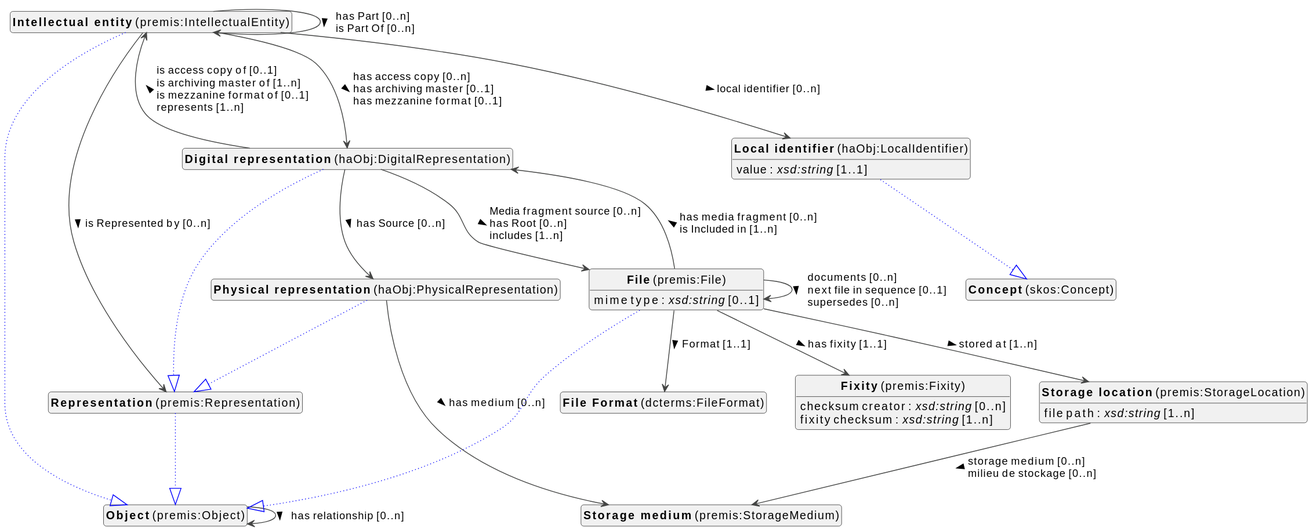
Above: docs/metadata/knowledge-graph/0.0.1/object/en/object-diagram.svg in viaacode/documentation-jekyll (PlantUML), before the change.
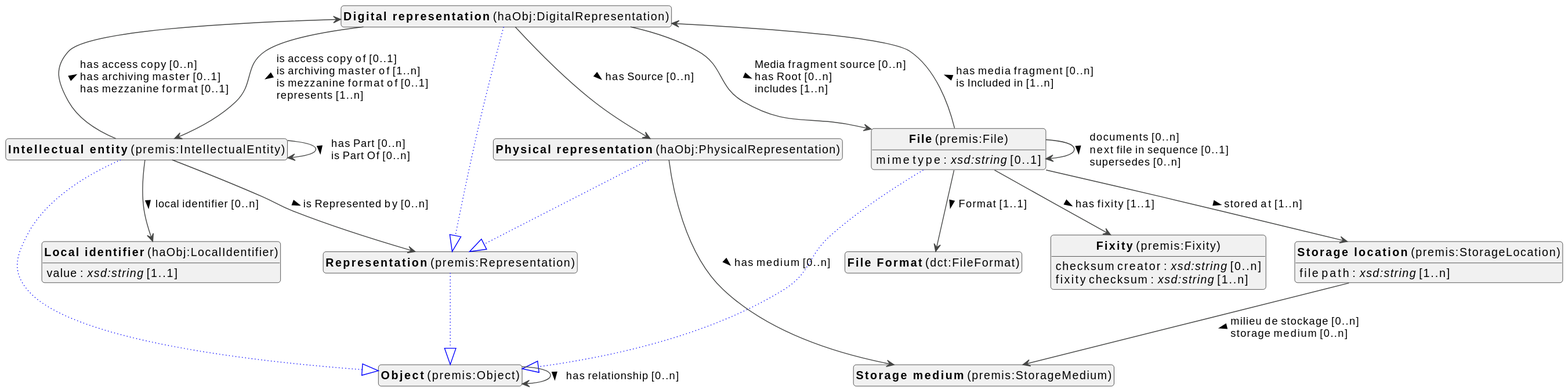
The same diagram one commit later.

What changed in the source:
```diff
@@ -10,37 +10,22 @@
 top to bottom direction
 
 
-class "<b>Object</b> (premis:Object)" as premis_Object [[#premis%3AObject]]
-class "<b>Intellectual entity</b> (premis:IntellectualEntity)" as premis_IntellectualEntity [[#premis%3AIntellectualEntity]]
-class "<b>Object</b> (premis:Object)" as premis_Object [[#premis%3AObject]]
-class "<b>Physical representation</b> (haObj:PhysicalRepresentation)" as haObj_PhysicalRepresentation [[#haObj%3APhysicalRepresentation]]
-class "<b>Representation</b> (premis:Representation)" as premis_Representation [[#premis%3ARepresentation]]
 class "<b>Digital representation</b> (haObj:DigitalRepresentation)" as haObj_DigitalRepresentation [[#haObj%3ADigitalRepresentation]]
 class "<b>Representation</b> (premis:Representation)" as premis_Representation [[#premis%3ARepresentation]]
 class "<b>File</b> (premis:File)" as premis_File [[#premis%3AFile]]
 class "<b>Object</b> (premis:Object)" as premis_Object [[#premis%3AObject]]
+class "<b>File Format</b> (dct:FileFormat)" as dct_FileFormat [[#dct%3AFileFormat]]
 class "<b>Fixity</b> (premis:Fixity)" as premis_Fixity [[#premis%3AFixity]]
-class "<b>Storage location</b> (premis:StorageLocation)" as premis_StorageLocation [[#premis%3AStorageLocation]]
+class "<b>Intellectual entity</b> (premis:IntellectualEntity)" as premis_IntellectualEntity [[#premis%3AIntellectualEntity]]
+class "<b>Object</b> (premis:Object)" as premis_Object [[#premis%3AObject]]
 class "<b>Local identifier</b> (haObj:LocalIdentifier)" as haObj_LocalIdentifier [[#haObj%3ALocalIdentifier]]
-class "<b>Concept</b> (skos:Concept)" as skos_Concept [[#skos%3AConcept]]
-class "<b>Storage medium</b> (premis:StorageMedium)" as premis_StorageMedium [[#premis%3AStorageMedium]]
-class "<b>File Format</b> (dcterms:FileFormat)" as dcterms_FileFormat [[#dcterms%3AFileFormat]]
+class "<b>Object</b> (premis:Object)" as premis_Object [[#premis%3AObject]]
+class "<b>Physical representation</b> (haObj:PhysicalRepresentation)" as haObj_PhysicalRepresentation [[#haObj%3APhysicalRepresentation]]
+class "<b>Representation</b> (premis:Representation)" as premis_Representation [[#premis%3ARepresentation]]
 class "<b>Representation</b> (premis:Representation)" as premis_Representation [[#premis%3ARepresentation]]
 class "<b>Object</b> (premis:Object)" as premis_Object [[#premis%3AObject]]
-
-
-premis_Object --> premis_Object :has relationship [0..n]  >
-
-premis_IntellectualEntity --|> premis_Object #blue;line.dotted;text:blue
-
-premis_IntellectualEntity --> haObj_DigitalRepresentation :has access copy [0..n]  \lhas archiving master [0..1]  \lhas mezzanine format [0..1]  >
-premis_IntellectualEntity --> haObj_LocalIdentifier :local identifier [0..n]  >
-premis_IntellectualEntity --> premis_IntellectualEntity :has Part [0..n]  \lis Part Of [0..n]  >
-premis_IntellectualEntity --> premis_Representation :is Represented by [0..n]  >
-
-haObj_PhysicalRepresentation --|> premis_Representation #blue;line.dotted;text:blue
-
-haObj_PhysicalRepresentation --> premis_StorageMedium :has medium [0..n]  >
+class "<b>Storage location</b> (premis:StorageLocation)" as premis_StorageLocation [[#premis%3AStorageLocation]]
+class "<b>Storage medium</b> (premis:StorageMedium)" as premis_StorageMedium [[#premis%3AStorageMedium]]
 
 haObj_DigitalRepresentation --|> premis_Representation #blue;line.dotted;text:blue
 
@@ -51,7 +36,7 @@
 premis_File --|> premis_Object #blue;line.dotted;text:blue
 
 premis_File : mime type : <i>xsd:string</i> [0..1]
-premis_File --> dcterms_FileFormat :Format [1..1]  >
+premis_File --> dct_FileFormat :Format [1..1]  >
 premis_File --> haObj_DigitalRepresentation :has media fragment [0..n]  \lis Included in [1..n]  >
 premis_File --> premis_File :documents [0..n]  \lnext file in sequence [0..1]  \lsupersedes [0..n]  >
 premis_File --> premis_Fixity :has fixity [1..1]  >
@@ -59,25 +44,38 @@
 
 
 
+
+
 premis_Fixity : checksum creator : <i>xsd:string</i> [0..n]
 premis_Fixity : fixity checksum : <i>xsd:string</i> [1..n]
 
 
+premis_IntellectualEntity --|> premis_Object #blue;line.dotted;text:blue
 
-premis_StorageLocation : file path : <i>xsd:string</i> [1..n]
-premis_StorageLocation --> premis_StorageMedium :storage medium [0..n]  \lmilieu de stockage [0..n]  >
+premis_IntellectualEntity --> haObj_DigitalRepresentation :has access copy [0..n]  \lhas archiving master [0..1]  \lhas mezzanine format [0..1]  >
+premis_IntellectualEntity --> haObj_LocalIdentifier :local identifier [0..n]  >
+premis_IntellectualEntity --> premis_IntellectualEntity :has Part [0..n]  \lis Part Of [0..n]  >
+premis_IntellectualEntity --> premis_Representation :is Represented by [0..n]  >
 
-
-haObj_LocalIdentifier --|> skos_Concept #blue;line.dotted;text:blue
 
 haObj_LocalIdentifier : value : <i>xsd:string</i> [1..1]
 
 
 
+premis_Object --> premis_Object :has relationship [0..n]  >
+
+haObj_PhysicalRepresentation --|> premis_Representation #blue;line.dotted;text:blue
+
+haObj_PhysicalRepresentation --> premis_StorageMedium :has medium [0..n]  >
+
+premis_Representation --|> premis_Object #blue;line.dotted;text:blue
 
 
 
-premis_Representation --|> premis_Object #blue;line.dotted;text:blue
+premis_StorageLocation : file path : <i>xsd:string</i> [1..n]
+premis_StorageLocation --> premis_StorageMedium :milieu de stockage [0..n]  \lstorage medium [0..n]  >
+
+
 
 
 
```
